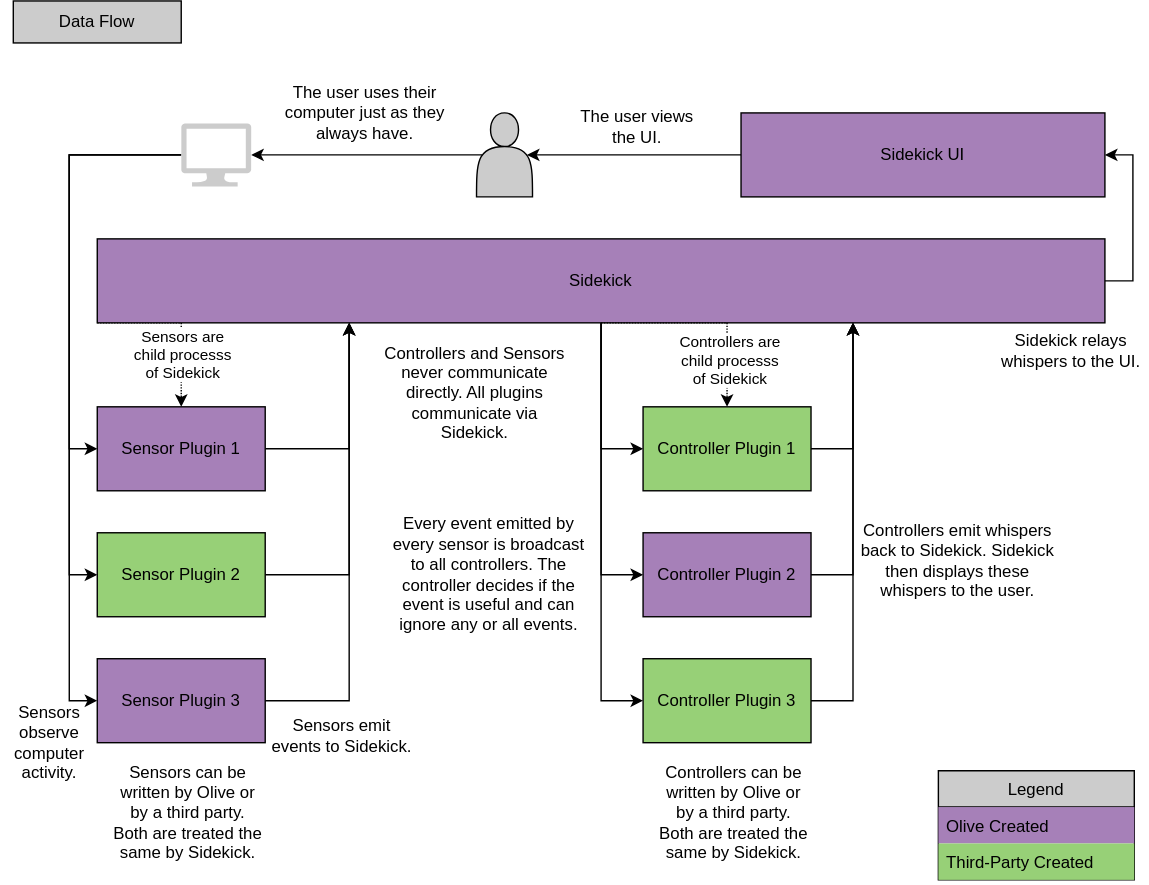
Before: ldk/go/docs/dataFlow.drawio.svg, a diagram exported from draw.io (open-olive/loop-development-kit). Source tidied: cells renumbered, new cells last; positions are measured from the earlier drawing's top-left corner, leaving out a move shared by most shapes.
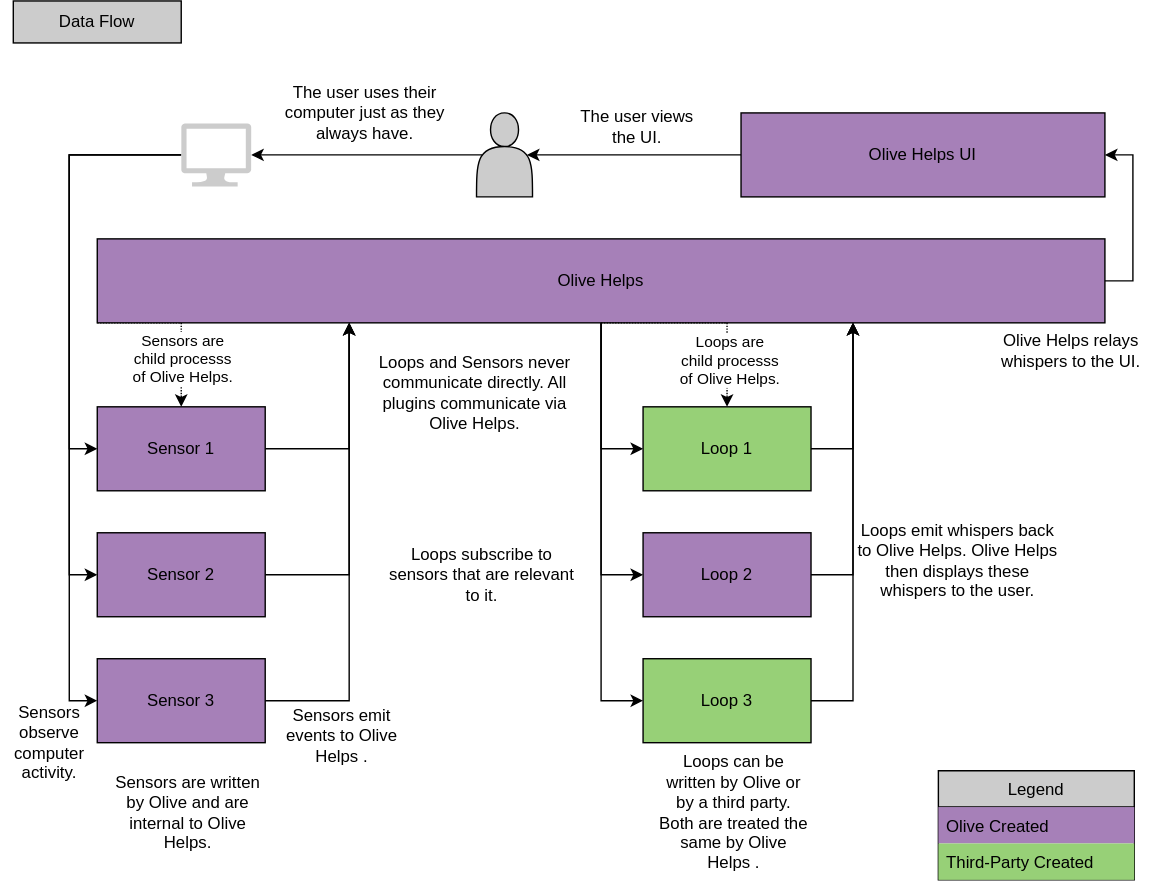
The same diagram one commit later.

Commit message:
Update data-flow diagram for Go LDK docs

The edit, as a diff of the source:
```diff
@@ -21,30 +21,30 @@
         </Array>
       </mxGeometry>
     </mxCell>
-    <mxCell id="7" value="Sensors are&lt;br&gt;child processs&lt;br&gt;of Sidekick" style="edgeLabel;html=1;align=center;verticalAlign=middle;" parent="6" vertex="1">
+    <mxCell id="7" value="Sensors are&lt;br&gt;child processs&lt;br&gt;of Olive Helps." style="edgeLabel;html=1;align=center;verticalAlign=middle;" parent="6" vertex="1">
       <mxGeometry x="-0.01" y="-22" relative="1" as="geometry">
-        <mxPoint x="22" y="22" as="offset" />
+        <mxPoint x="22" y="25" as="offset" />
       </mxGeometry>
     </mxCell>
-    <mxCell id="8" value="Sidekick" style="rounded=0;whiteSpace=wrap;html=1;fillColor=#A680B8;" parent="1" vertex="1">
+    <mxCell id="8" value="Olive Helps" style="rounded=0;whiteSpace=wrap;html=1;fillColor=#A680B8;" parent="1" vertex="1">
       <mxGeometry x="69" y="170" width="720" height="60" as="geometry" />
     </mxCell>
     <mxCell id="9" style="edgeStyle=orthogonalEdgeStyle;rounded=0;jettySize=auto;html=1;exitX=1;exitY=0.5;exitDx=0;exitDy=0;entryX=0.25;entryY=1;entryDx=0;entryDy=0;" parent="1" edge="1" source="10" target="8">
       <mxGeometry relative="1" as="geometry" />
     </mxCell>
-    <mxCell id="10" value="Sensor Plugin 1" style="rounded=0;whiteSpace=wrap;html=1;fillColor=#A680B8;" parent="1" vertex="1">
+    <mxCell id="10" value="Sensor 1" style="rounded=0;whiteSpace=wrap;html=1;fillColor=#A680B8;" parent="1" vertex="1">
       <mxGeometry x="69" y="290" width="120" height="60" as="geometry" />
     </mxCell>
     <mxCell id="11" style="edgeStyle=orthogonalEdgeStyle;rounded=0;jettySize=auto;html=1;exitX=1;exitY=0.5;exitDx=0;exitDy=0;entryX=0.25;entryY=1;entryDx=0;entryDy=0;" parent="1" edge="1" source="12" target="8">
       <mxGeometry relative="1" as="geometry" />
     </mxCell>
-    <mxCell id="12" value="Sensor Plugin 2" style="rounded=0;whiteSpace=wrap;html=1;fillColor=#97D077;" parent="1" vertex="1">
+    <mxCell id="12" value="Sensor 2" style="rounded=0;whiteSpace=wrap;html=1;fillColor=#A680B8;" parent="1" vertex="1">
       <mxGeometry x="69" y="380" width="120" height="60" as="geometry" />
     </mxCell>
     <mxCell id="13" style="edgeStyle=orthogonalEdgeStyle;rounded=0;jettySize=auto;html=1;exitX=1;exitY=0.5;exitDx=0;exitDy=0;entryX=0.25;entryY=1;entryDx=0;entryDy=0;" parent="1" edge="1" source="14" target="8">
       <mxGeometry relative="1" as="geometry" />
     </mxCell>
-    <mxCell id="14" value="Sensor Plugin 3" style="rounded=0;whiteSpace=wrap;html=1;fillColor=#A680B8;" parent="1" vertex="1">
+    <mxCell id="14" value="Sensor 3" style="rounded=0;whiteSpace=wrap;html=1;fillColor=#A680B8;" parent="1" vertex="1">
       <mxGeometry x="69" y="470" width="120" height="60" as="geometry" />
     </mxCell>
     <mxCell id="15" style="edgeStyle=orthogonalEdgeStyle;rounded=0;jettySize=auto;html=1;exitX=1;exitY=0.5;exitDx=0;exitDy=0;entryX=0.75;entryY=1;entryDx=0;entryDy=0;" parent="1" edge="1" source="16" target="8">
@@ -54,7 +54,7 @@
         </Array>
       </mxGeometry>
     </mxCell>
-    <mxCell id="16" value="Controller Plugin 1" style="rounded=0;whiteSpace=wrap;html=1;fillColor=#97D077;" parent="1" vertex="1">
+    <mxCell id="16" value="Loop&amp;nbsp;1" style="rounded=0;whiteSpace=wrap;html=1;fillColor=#97D077;" parent="1" vertex="1">
       <mxGeometry x="459" y="290" width="120" height="60" as="geometry" />
     </mxCell>
     <mxCell id="17" style="edgeStyle=orthogonalEdgeStyle;rounded=0;jettySize=auto;html=1;exitX=1;exitY=0.5;exitDx=0;exitDy=0;entryX=0.75;entryY=1;entryDx=0;entryDy=0;" parent="1" edge="1" source="18" target="8">
@@ -64,7 +64,7 @@
         </Array>
       </mxGeometry>
     </mxCell>
-    <mxCell id="18" value="Controller Plugin 2" style="rounded=0;whiteSpace=wrap;html=1;fillColor=#A680B8;" parent="1" vertex="1">
+    <mxCell id="18" value="Loop 2" style="rounded=0;whiteSpace=wrap;html=1;fillColor=#A680B8;" parent="1" vertex="1">
       <mxGeometry x="459" y="380" width="120" height="60" as="geometry" />
     </mxCell>
     <mxCell id="19" style="edgeStyle=orthogonalEdgeStyle;rounded=0;jettySize=auto;html=1;exitX=1;exitY=0.5;exitDx=0;exitDy=0;entryX=0.75;entryY=1;entryDx=0;entryDy=0;" parent="1" edge="1" source="20" target="8">
@@ -74,10 +74,10 @@
         </Array>
       </mxGeometry>
     </mxCell>
-    <mxCell id="20" value="Controller Plugin 3" style="rounded=0;whiteSpace=wrap;html=1;fillColor=#97D077;" parent="1" vertex="1">
+    <mxCell id="20" value="Loop 3" style="rounded=0;whiteSpace=wrap;html=1;fillColor=#97D077;" parent="1" vertex="1">
       <mxGeometry x="459" y="470" width="120" height="60" as="geometry" />
     </mxCell>
-    <mxCell id="21" value="Controllers and Sensors never communicate directly. All plugins communicate via Sidekick." style="text;html=1;strokeColor=none;fillColor=none;align=center;verticalAlign=middle;whiteSpace=wrap;rounded=0;" parent="1" vertex="1">
+    <mxCell id="21" value="Loops and Sensors never communicate directly. All plugins communicate via Olive Helps." style="text;html=1;strokeColor=none;fillColor=none;align=center;verticalAlign=middle;whiteSpace=wrap;rounded=0;" parent="1" vertex="1">
       <mxGeometry x="269" y="240" width="140" height="80" as="geometry" />
     </mxCell>
     <mxCell id="22" value="Data Flow" style="rounded=0;whiteSpace=wrap;html=1;fillColor=#CCCCCC;" parent="1" vertex="1">
@@ -92,7 +92,7 @@
     <mxCell id="25" style="edgeStyle=orthogonalEdgeStyle;rounded=0;jettySize=auto;html=1;exitX=0;exitY=0.5;exitDx=0;exitDy=0;entryX=0.9;entryY=0.5;entryDx=0;entryDy=0;entryPerimeter=0;" parent="1" edge="1" source="26" target="24">
       <mxGeometry relative="1" as="geometry" />
     </mxCell>
-    <mxCell id="26" value="Sidekick UI" style="rounded=0;whiteSpace=wrap;html=1;fillColor=#A680B8;" parent="1" vertex="1">
+    <mxCell id="26" value="Olive Helps&amp;nbsp;UI" style="rounded=0;whiteSpace=wrap;html=1;fillColor=#A680B8;" parent="1" vertex="1">
       <mxGeometry x="529" y="80" width="260" height="60" as="geometry" />
     </mxCell>
     <mxCell id="27" style="edgeStyle=orthogonalEdgeStyle;rounded=0;jettySize=auto;html=1;entryX=0.5;entryY=0;entryDx=0;entryDy=0;dashed=1;dashPattern=1 1;" parent="1" edge="1" target="16">
@@ -103,25 +103,25 @@
         </Array>
       </mxGeometry>
     </mxCell>
-    <mxCell id="28" value="Controllers are&lt;br&gt;child processs&lt;br&gt;of Sidekick" style="edgeLabel;html=1;align=center;verticalAlign=middle;" parent="27" vertex="1">
+    <mxCell id="28" value="Loops are&lt;br&gt;child processs&lt;br&gt;of Olive Helps." style="edgeLabel;html=1;align=center;verticalAlign=middle;" parent="27" vertex="1">
       <mxGeometry x="0.2" y="-26" relative="1" as="geometry">
         <mxPoint x="27" y="26" as="offset" />
       </mxGeometry>
     </mxCell>
-    <mxCell id="29" value="Sensors emit events to Sidekick." style="text;html=1;strokeColor=none;fillColor=none;align=center;verticalAlign=middle;whiteSpace=wrap;rounded=0;" parent="1" vertex="1">
+    <mxCell id="29" value="Sensors emit events to&amp;nbsp;&lt;span style=&quot;text-align: left&quot;&gt;Olive Helps&lt;/span&gt;." style="text;html=1;strokeColor=none;fillColor=none;align=center;verticalAlign=middle;whiteSpace=wrap;rounded=0;" parent="1" vertex="1">
       <mxGeometry x="189" y="485" width="110" height="80" as="geometry" />
     </mxCell>
-    <mxCell id="30" value="&lt;span style=&quot;text-align: left&quot;&gt;Controllers emit whispers back to Sidekick. Sidekick then displays these whispers to the user.&lt;/span&gt;" style="text;html=1;strokeColor=none;fillColor=none;align=center;verticalAlign=middle;whiteSpace=wrap;rounded=0;" parent="1" vertex="1">
+    <mxCell id="30" value="&lt;span style=&quot;text-align: left&quot;&gt;Loops emit whispers back to Olive Helps.&amp;nbsp;&lt;/span&gt;&lt;span style=&quot;text-align: left&quot;&gt;Olive Helps&lt;/span&gt;&lt;span style=&quot;text-align: left&quot;&gt;&amp;nbsp;then displays these whispers to the user.&lt;/span&gt;" style="text;html=1;strokeColor=none;fillColor=none;align=center;verticalAlign=middle;whiteSpace=wrap;rounded=0;" parent="1" vertex="1">
       <mxGeometry x="609" y="360" width="150" height="80" as="geometry" />
     </mxCell>
-    <mxCell id="31" value="Sensors can be written by Olive or by a third party. Both are treated the same by Sidekick." style="text;html=1;strokeColor=none;fillColor=none;align=center;verticalAlign=middle;whiteSpace=wrap;rounded=0;" parent="1" vertex="1">
+    <mxCell id="31" value="Sensors are written by Olive and are internal to Olive Helps." style="text;html=1;strokeColor=none;fillColor=none;align=center;verticalAlign=middle;whiteSpace=wrap;rounded=0;" parent="1" vertex="1">
       <mxGeometry x="79" y="540" width="110" height="80" as="geometry" />
     </mxCell>
-    <mxCell id="32" value="Controllers can be written by Olive or by a third party. Both are treated the same by Sidekick." style="text;html=1;strokeColor=none;fillColor=none;align=center;verticalAlign=middle;whiteSpace=wrap;rounded=0;" parent="1" vertex="1">
+    <mxCell id="32" value="Loops can be written by Olive or by a third party. Both are treated the same by&amp;nbsp;&lt;span style=&quot;text-align: left&quot;&gt;Olive Helps&lt;/span&gt;." style="text;html=1;strokeColor=none;fillColor=none;align=center;verticalAlign=middle;whiteSpace=wrap;rounded=0;" parent="1" vertex="1">
       <mxGeometry x="469" y="540" width="110" height="80" as="geometry" />
     </mxCell>
-    <mxCell id="33" value="&lt;span style=&quot;font-family: &amp;#34;helvetica&amp;#34; ; text-align: left&quot;&gt;Every event emitted by every sensor is broadcast to all controllers. The controller decides if the event is useful and can ignore any or all events.&lt;/span&gt;" style="text;html=1;strokeColor=none;fillColor=none;align=center;verticalAlign=middle;whiteSpace=wrap;rounded=0;" parent="1" vertex="1">
-      <mxGeometry x="279" y="370" width="140" height="80" as="geometry" />
+    <mxCell id="33" value="&lt;span style=&quot;font-family: &amp;#34;helvetica&amp;#34; ; text-align: left&quot;&gt;Loops subscribe to sensors that are relevant to it.&lt;/span&gt;" style="text;html=1;strokeColor=none;fillColor=none;align=center;verticalAlign=middle;whiteSpace=wrap;rounded=0;" parent="1" vertex="1">
+      <mxGeometry x="274" y="380" width="140" height="60" as="geometry" />
     </mxCell>
     <mxCell id="34" style="edgeStyle=orthogonalEdgeStyle;rounded=0;jettySize=auto;html=1;exitX=0;exitY=0.5;exitDx=0;exitDy=0;exitPerimeter=0;entryX=0;entryY=0.5;entryDx=0;entryDy=0;endArrow=classic;endFill=1;" parent="1" edge="1" source="37" target="12">
       <mxGeometry relative="1" as="geometry" />
@@ -144,7 +144,7 @@
     <mxCell id="40" value="Third-Party Created" style="text;strokeColor=none;fillColor=#97D077;align=left;verticalAlign=top;spacingLeft=4;spacingRight=4;overflow=hidden;" parent="38" vertex="1">
       <mxGeometry y="52" width="140" height="26" as="geometry" />
     </mxCell>
-    <mxCell id="41" value="Sidekick relays whispers to the UI." style="text;html=1;strokeColor=none;fillColor=none;align=center;verticalAlign=middle;whiteSpace=wrap;rounded=0;" parent="1" vertex="1">
+    <mxCell id="41" value="Olive Helps&amp;nbsp;relays whispers to the UI." style="text;html=1;strokeColor=none;fillColor=none;align=center;verticalAlign=middle;whiteSpace=wrap;rounded=0;" parent="1" vertex="1">
       <mxGeometry x="710" y="230" width="110" height="40" as="geometry" />
     </mxCell>
     <mxCell id="42" value="The user views the UI." style="text;html=1;strokeColor=none;fillColor=none;align=center;verticalAlign=middle;whiteSpace=wrap;rounded=0;" parent="1" vertex="1">
```
